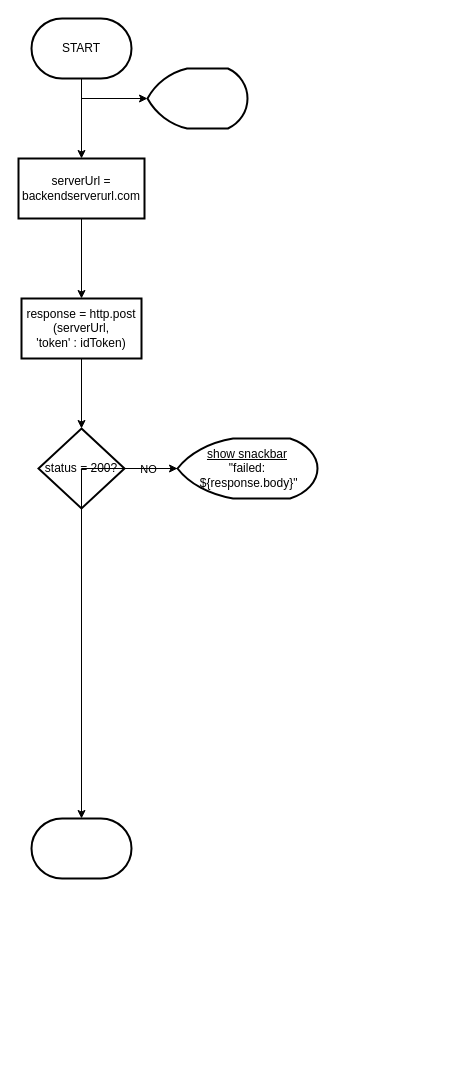
19MAsciamprener/compSci-NEA-repo keeps this draw.io diagram as kiosk-signin-with-uid-flowchart.drawio. Above is the earlier version. Source tidied: cells renumbered, new cells numbered last; positions are measured from the earlier drawing's top-left corner, leaving out a move shared by most shapes. Both pictures are drawn from the tidied source at 100%, with x=0, y=0 at pixel (18, 18).
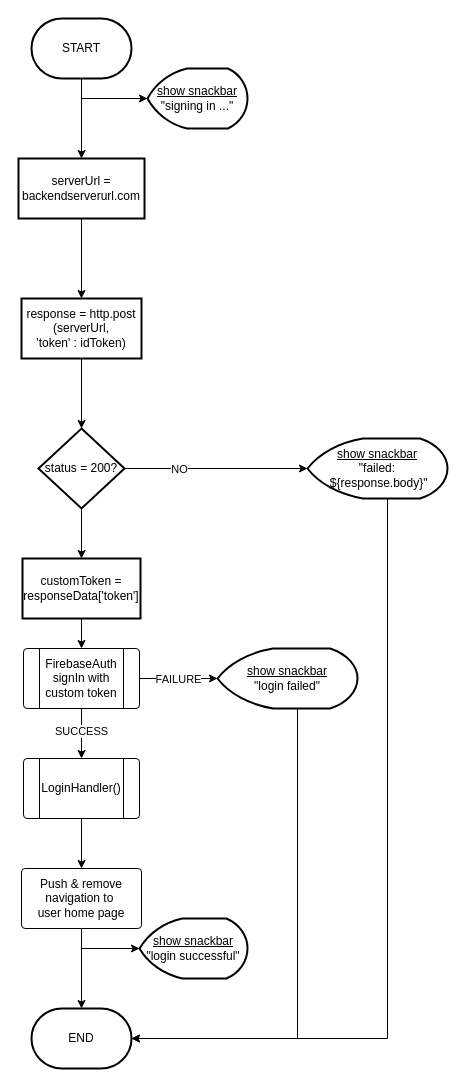
Above is the later version.

The change refers to these unchanged cells:
```xml
<mxCell id="10" value="status = 200?" style="rhombus;whiteSpace=wrap;html=1;strokeWidth=2;" parent="1" vertex="1">
  <mxGeometry x="20" y="410" width="86" height="80" as="geometry" />
</mxCell>
```

The edit, as a diff of the source:
```diff
@@
-    <mxCell id="4" style="strokeWidth=2;html=1;shape=mxgraph.flowchart.display;whiteSpace=wrap;" parent="1" vertex="1">
+    <mxCell id="4" value="&lt;u&gt;show snackbar&lt;/u&gt;&lt;br&gt;&quot;signing in ...&quot;" style="strokeWidth=2;html=1;shape=mxgraph.flowchart.display;whiteSpace=wrap;" parent="1" vertex="1">
       <mxGeometry x="129" y="50" width="100" height="60" as="geometry" />
     </mxCell>
@@
+    <mxCell id="16" style="edgeStyle=orthogonalEdgeStyle;rounded=0;jettySize=auto;html=1;" parent="1" edge="1" source="10" target="18">
+      <mxGeometry relative="1" as="geometry" />
+    </mxCell>
@@
     <mxCell id="11" value="&lt;u&gt;show snackbar&lt;/u&gt;&lt;br&gt;&quot;failed:&lt;br&gt;&amp;nbsp;${response.body}&quot;" style="strokeWidth=2;html=1;shape=mxgraph.flowchart.display;whiteSpace=wrap;" parent="1" vertex="1">
-      <mxGeometry x="159" y="420" width="140" height="60" as="geometry" />
+      <mxGeometry x="289" y="420" width="140" height="60" as="geometry" />
     </mxCell>
@@
-    <mxCell id="14" style="strokeWidth=2;html=1;shape=mxgraph.flowchart.terminator;whiteSpace=wrap;" parent="1" vertex="1">
-      <mxGeometry x="13" y="800" width="100" height="60" as="geometry" />
+    <mxCell id="14" value="END" style="strokeWidth=2;html=1;shape=mxgraph.flowchart.terminator;whiteSpace=wrap;" parent="1" vertex="1">
+      <mxGeometry x="13" y="990" width="100" height="60" as="geometry" />
     </mxCell>
-    <mxCell id="15" style="edgeStyle=orthogonalEdgeStyle;rounded=0;jettySize=auto;html=1;" parent="1" edge="1" source="11" target="14">
-      <mxGeometry relative="1" as="geometry" />
+    <mxCell id="15" style="edgeStyle=orthogonalEdgeStyle;rounded=0;jettySize=auto;html=1;entryX=1;entryY=0.5;entryDx=0;entryDy=0;entryPerimeter=0;" parent="1" edge="1" source="11" target="14">
+      <mxGeometry relative="1" as="geometry">
+        <Array as="points">
+          <mxPoint x="369" y="1020" />
+        </Array>
+      </mxGeometry>
     </mxCell>
+    <mxCell id="17" style="edgeStyle=orthogonalEdgeStyle;rounded=0;jettySize=auto;html=1;entryX=0.5;entryY=0;entryDx=0;entryDy=0;" parent="1" edge="1" source="18" target="19">
+      <mxGeometry relative="1" as="geometry" />
+    </mxCell>
+    <mxCell id="18" value="customToken = responseData['token']" style="whiteSpace=wrap;html=1;strokeWidth=2;" parent="1" vertex="1">
+      <mxGeometry x="4" y="540" width="118" height="60" as="geometry" />
+    </mxCell>
+    <mxCell id="19" value="FirebaseAuth signIn with custom token" style="verticalLabelPosition=middle;verticalAlign=middle;html=1;shape=process;whiteSpace=wrap;rounded=1;size=0.14;arcSize=6;labelPosition=center;align=center;flipV=0;legacyAnchorPoints=0;" parent="1" vertex="1">
+      <mxGeometry x="5" y="630" width="116" height="60" as="geometry" />
+    </mxCell>
+    <mxCell id="20" style="edgeStyle=orthogonalEdgeStyle;rounded=0;jettySize=auto;html=1;entryX=0.5;entryY=0;entryDx=0;entryDy=0;" parent="1" edge="1" source="21" target="24">
+      <mxGeometry relative="1" as="geometry" />
+    </mxCell>
+    <mxCell id="21" value="LoginHandler()" style="verticalLabelPosition=middle;verticalAlign=middle;html=1;shape=process;whiteSpace=wrap;rounded=1;size=0.14;arcSize=6;labelPosition=center;align=center;" parent="1" vertex="1">
+      <mxGeometry x="5" y="740" width="116" height="60" as="geometry" />
+    </mxCell>
+    <mxCell id="22" style="edgeStyle=orthogonalEdgeStyle;rounded=0;jettySize=auto;html=1;" parent="1" edge="1" source="19" target="21">
+      <mxGeometry relative="1" as="geometry" />
+    </mxCell>
+    <mxCell id="23" value="SUCCESS" style="edgeLabel;html=1;align=center;verticalAlign=middle;" parent="22" vertex="1">
+      <mxGeometry x="-0.12" y="-1" relative="1" as="geometry" />
+    </mxCell>
+    <mxCell id="24" value="Push &amp;amp; remove navigation to&amp;nbsp;&lt;br&gt;user home page" style="whiteSpace=wrap;html=1;rounded=1;arcSize=6;flipV=0;legacyAnchorPoints=0;" parent="1" vertex="1">
+      <mxGeometry x="3" y="850" width="120" height="60" as="geometry" />
+    </mxCell>
+    <mxCell id="25" value="&lt;u&gt;show snackbar&lt;/u&gt;&lt;br&gt;&quot;login failed&quot;" style="strokeWidth=2;html=1;shape=mxgraph.flowchart.display;whiteSpace=wrap;" parent="1" vertex="1">
+      <mxGeometry x="199" y="630" width="140" height="60" as="geometry" />
+    </mxCell>
+    <mxCell id="26" style="edgeStyle=orthogonalEdgeStyle;rounded=0;jettySize=auto;html=1;entryX=0;entryY=0.5;entryDx=0;entryDy=0;entryPerimeter=0;" parent="1" edge="1" source="19" target="25">
+      <mxGeometry relative="1" as="geometry" />
+    </mxCell>
+    <mxCell id="27" value="FAILURE" style="edgeLabel;html=1;align=center;verticalAlign=middle;" parent="26" vertex="1">
+      <mxGeometry x="-0.24" y="-1" relative="1" as="geometry">
+        <mxPoint x="8" y="-1" as="offset" />
+      </mxGeometry>
+    </mxCell>
+    <mxCell id="28" style="edgeStyle=orthogonalEdgeStyle;rounded=0;jettySize=auto;html=1;entryX=1;entryY=0.5;entryDx=0;entryDy=0;entryPerimeter=0;" parent="1" edge="1" source="25" target="14">
+      <mxGeometry relative="1" as="geometry">
+        <Array as="points">
+          <mxPoint x="279" y="1020" />
+        </Array>
+      </mxGeometry>
+    </mxCell>
+    <mxCell id="29" value="&lt;u&gt;show snackbar&lt;/u&gt;&lt;br&gt;&quot;login successful&quot;" style="strokeWidth=2;html=1;shape=mxgraph.flowchart.display;whiteSpace=wrap;" parent="1" vertex="1">
+      <mxGeometry x="121" y="900" width="108" height="60" as="geometry" />
+    </mxCell>
+    <mxCell id="30" style="edgeStyle=orthogonalEdgeStyle;rounded=0;jettySize=auto;html=1;entryX=0.5;entryY=0;entryDx=0;entryDy=0;entryPerimeter=0;" parent="1" edge="1" source="24" target="14">
+      <mxGeometry relative="1" as="geometry" />
+    </mxCell>
+    <mxCell id="31" style="edgeStyle=orthogonalEdgeStyle;rounded=0;jettySize=auto;html=1;exitX=0.5;exitY=1;exitDx=0;exitDy=0;entryX=0;entryY=0.5;entryDx=0;entryDy=0;entryPerimeter=0;" parent="1" edge="1" source="24" target="29">
+      <mxGeometry relative="1" as="geometry" />
+    </mxCell>
```
